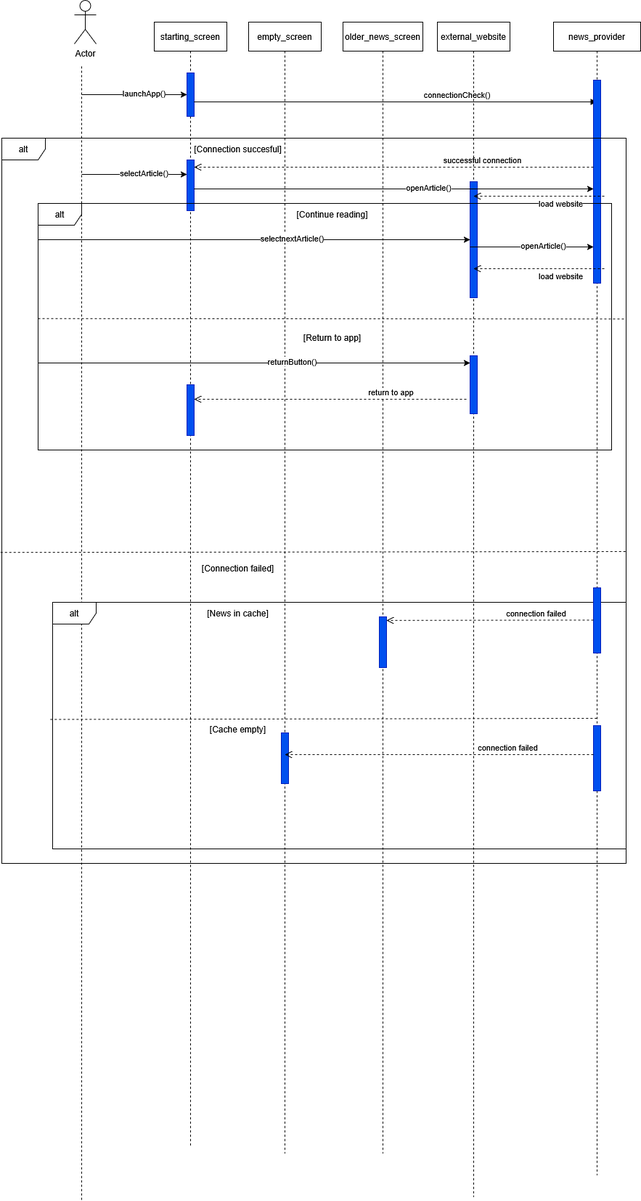
Above: sequence diagrams/sequence γιαννης/newsseqfinal.drawio.png in harrysghost123/software-enginering-projectt (draw.io), before the change. Source tidied: cells renumbered, new cells last; positions are measured from the earlier drawing's top-left corner, leaving out a move shared by most shapes.
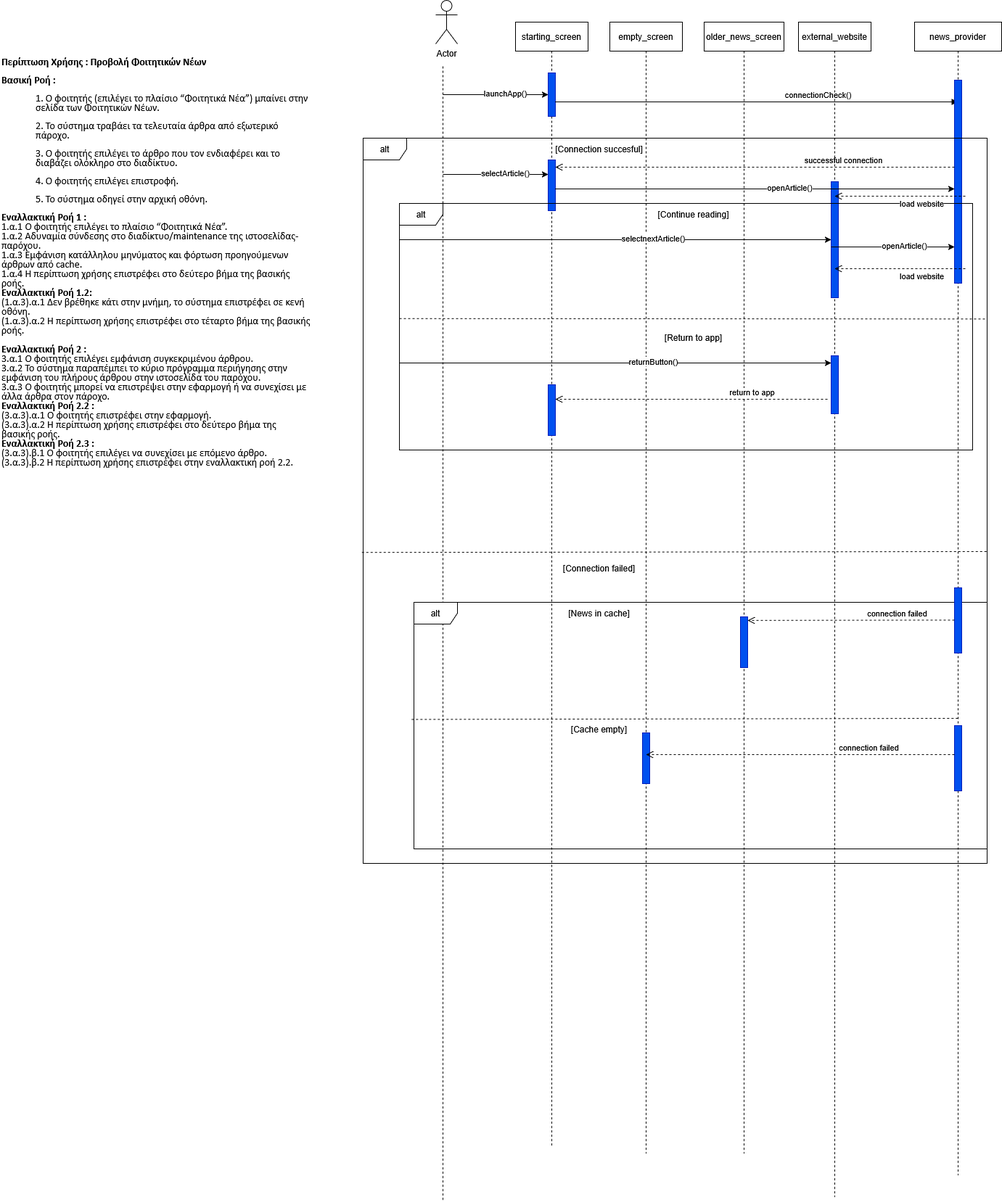
After the change.

What changed in the source:
```diff
@@ -209,5 +209,8 @@
     <mxCell id="49" value="[Cache empty]" style="text;html=1;align=center;verticalAlign=middle;strokeColor=none;fillColor=none;" parent="1" vertex="1">
       <mxGeometry x="277" y="990" width="100" height="30" as="geometry" />
     </mxCell>
+    <mxCell id="50" value="&lt;p align=&quot;left&quot; style=&quot;line-height: 100%; orphans: 2; widows: 2; margin-bottom: 0in&quot;&gt;&lt;font style=&quot;font-size: 14px;&quot;&gt;&lt;font face=&quot;Calibri, sans-serif&quot;&gt;&lt;span lang=&quot;el-GR&quot;&gt;&lt;b&gt;Περίπτωση Χρήσης : Προβολή Φοιτητικών Νέων&lt;/b&gt;&lt;/span&gt;&lt;/font&gt;&lt;/font&gt;&lt;/p&gt;&lt;p align=&quot;left&quot; style=&quot;line-height: 100%; orphans: 2; widows: 2; margin-bottom: 0in&quot;&gt;&lt;b&gt;&lt;font style=&quot;font-size: 14px;&quot;&gt;&lt;font face=&quot;Calibri, sans-serif&quot;&gt;&lt;span lang=&quot;el-GR&quot;&gt;&lt;/span&gt;&lt;/font&gt;&lt;font face=&quot;Calibri, sans-serif&quot;&gt;&lt;span lang=&quot;el-GR&quot;&gt;&lt;/span&gt;&lt;/font&gt;&lt;font face=&quot;Calibri, sans-serif&quot;&gt;&lt;span lang=&quot;el-GR&quot;&gt;Βασική Ροή :&lt;/span&gt;&lt;/font&gt;&lt;/font&gt;&lt;/b&gt;&lt;/p&gt;&lt;p align=&quot;left&quot; style=&quot;line-height: 100%; orphans: 2; widows: 2; margin-left: 0.49in; margin-bottom: 0in&quot;&gt;&lt;font style=&quot;font-size: 14px;&quot;&gt;&lt;font face=&quot;Calibri, sans-serif&quot;&gt;&lt;span lang=&quot;el-GR&quot;&gt;1. Ο &lt;/span&gt;&lt;/font&gt;&lt;font face=&quot;Calibri, sans-serif&quot;&gt;&lt;span lang=&quot;el-GR&quot;&gt;φοιτητής &lt;/span&gt;&lt;/font&gt;&lt;font face=&quot;Calibri, sans-serif&quot;&gt;&lt;span lang=&quot;el-GR&quot;&gt;(επιλέγει το πλαίσιο “Φοιτητικά Νέα”) μπαίνει στην σελίδα των &lt;/span&gt;&lt;/font&gt;&lt;font face=&quot;Calibri, sans-serif&quot;&gt;&lt;span lang=&quot;el-GR&quot;&gt;Φοιτητικών Νέων.&lt;/span&gt;&lt;/font&gt;&lt;/font&gt;&lt;/p&gt;&lt;p align=&quot;left&quot; style=&quot;line-height: 100%; orphans: 2; widows: 2; margin-left: 0.49in; margin-bottom: 0in&quot;&gt;&lt;font style=&quot;font-size: 14px;&quot;&gt;&lt;font face=&quot;Calibri, sans-serif&quot;&gt;&lt;span lang=&quot;el-GR&quot;&gt;2. Το σύστημα τραβάει τα τελευταία άρθρα από εξωτερικό πάροχο.&lt;/span&gt;&lt;/font&gt;&lt;/font&gt;&lt;/p&gt;&lt;p align=&quot;left&quot; style=&quot;line-height: 100%; orphans: 2; widows: 2; margin-left: 0.49in; margin-bottom: 0in&quot;&gt;&lt;font style=&quot;font-size: 14px;&quot;&gt;&lt;font face=&quot;Calibri, sans-serif&quot;&gt;&lt;span lang=&quot;el-GR&quot;&gt;3. Ο &lt;/span&gt;&lt;/font&gt;&lt;font face=&quot;Calibri, sans-serif&quot;&gt;&lt;span lang=&quot;el-GR&quot;&gt;φοιτητής &lt;/span&gt;&lt;/font&gt;&lt;font face=&quot;Calibri, sans-serif&quot;&gt;&lt;span lang=&quot;el-GR&quot;&gt;επιλέγει το άρθρο που τον ενδιαφέρει και το διαβάζει ολόκληρο στο διαδίκτυο.&lt;/span&gt;&lt;/font&gt;&lt;/font&gt;&lt;/p&gt;&lt;p align=&quot;left&quot; style=&quot;line-height: 100%; orphans: 2; widows: 2; margin-left: 0.49in; margin-bottom: 0in&quot;&gt;&lt;font style=&quot;font-size: 14px;&quot;&gt;&lt;font face=&quot;Calibri, sans-serif&quot;&gt;&lt;span lang=&quot;el-GR&quot;&gt;4. O &lt;/span&gt;&lt;/font&gt;&lt;font face=&quot;Calibri, sans-serif&quot;&gt;&lt;span lang=&quot;el-GR&quot;&gt;φοιτητής &lt;/span&gt;&lt;/font&gt;&lt;font face=&quot;Calibri, sans-serif&quot;&gt;&lt;span lang=&quot;el-GR&quot;&gt;επιλέγει επιστροφή.&lt;/span&gt;&lt;/font&gt;&lt;/font&gt;&lt;/p&gt;&lt;p align=&quot;left&quot; style=&quot;line-height: 100%; orphans: 2; widows: 2; margin-left: 0.49in; margin-bottom: 0in&quot;&gt;&lt;font style=&quot;font-size: 14px;&quot;&gt;&lt;font face=&quot;Calibri, sans-serif&quot;&gt;&lt;span lang=&quot;el-GR&quot;&gt;5. Το σύστημα οδηγεί στην αρχική οθόνη.&lt;/span&gt;&lt;/font&gt;&lt;/font&gt;&lt;/p&gt;&lt;p align=&quot;left&quot; style=&quot;line-height: 100%; orphans: 2; widows: 2; margin-bottom: 0in&quot;&gt;&lt;font style=&quot;font-size: 14px;&quot;&gt;&lt;b&gt;&lt;font face=&quot;Calibri, sans-serif&quot;&gt;&lt;span lang=&quot;el-GR&quot;&gt;Εναλλακτική Ροή 1 :&lt;/span&gt;&lt;/font&gt;&lt;/b&gt;&lt;font face=&quot;Calibri, sans-serif&quot;&gt;&lt;span lang=&quot;el-GR&quot;&gt;&lt;br&gt;1.α.&lt;/span&gt;&lt;/font&gt;&lt;font face=&quot;Calibri, sans-serif&quot;&gt;&lt;span lang=&quot;el-GR&quot;&gt;1 Ο &lt;/span&gt;&lt;/font&gt;&lt;font face=&quot;Calibri, sans-serif&quot;&gt;&lt;span lang=&quot;el-GR&quot;&gt;φοιτητής &lt;/span&gt;&lt;/font&gt;&lt;font face=&quot;Calibri, sans-serif&quot;&gt;&lt;span lang=&quot;el-GR&quot;&gt;επιλέγει το πλαίσιο “Φοιτητικά Νέα”.&lt;br&gt;1.α.2 Αδυναμία σύνδεσης στο διαδίκτυο/&lt;/span&gt;&lt;/font&gt;&lt;font face=&quot;Calibri, sans-serif&quot;&gt;&lt;span lang=&quot;en-US&quot;&gt;maintenance&lt;/span&gt;&lt;/font&gt;&lt;font face=&quot;Calibri, sans-serif&quot;&gt;&lt;span lang=&quot;el-GR&quot;&gt; της ιστοσελίδας-παρόχου.&lt;br&gt;1.α.3 Εμφάνιση κατάλληλου μηνύματος και φόρτωση προηγούμενων άρθρων από &lt;/span&gt;&lt;/font&gt;&lt;font face=&quot;Calibri, sans-serif&quot;&gt;&lt;span lang=&quot;en-US&quot;&gt;cache&lt;/span&gt;&lt;/font&gt;&lt;font face=&quot;Calibri, sans-serif&quot;&gt;&lt;span lang=&quot;el-GR&quot;&gt;.&lt;br&gt;&lt;/span&gt;&lt;/font&gt;&lt;font face=&quot;Calibri, sans-serif&quot;&gt;&lt;span lang=&quot;el-GR&quot;&gt;1.α.4 Η περίπτωση χρήσης επιστρέφει στο δεύτερο βήμα της βασικής ροής.&lt;/span&gt;&lt;/font&gt;&lt;font face=&quot;Calibri, sans-serif&quot;&gt;&lt;span lang=&quot;el-GR&quot;&gt;&lt;br&gt;&lt;/span&gt;&lt;/font&gt;&lt;b&gt;&lt;font face=&quot;Calibri, sans-serif&quot;&gt;&lt;span lang=&quot;el-GR&quot;&gt;Εναλλακτική Ροή 1.&lt;/span&gt;&lt;/font&gt;&lt;font face=&quot;Calibri, sans-serif&quot;&gt;&lt;span lang=&quot;el-GR&quot;&gt;2&lt;/span&gt;&lt;/font&gt;&lt;/b&gt;&lt;font face=&quot;Calibri, sans-serif&quot;&gt;&lt;span lang=&quot;el-GR&quot;&gt;&lt;b&gt;:&lt;/b&gt;&lt;br&gt;&lt;/span&gt;&lt;/font&gt;&lt;font face=&quot;Calibri, sans-serif&quot;&gt;&lt;span lang=&quot;el-GR&quot;&gt;(&lt;/span&gt;&lt;/font&gt;&lt;font face=&quot;Calibri, sans-serif&quot;&gt;&lt;span lang=&quot;el-GR&quot;&gt;1.α.&lt;/span&gt;&lt;/font&gt;&lt;font face=&quot;Calibri, sans-serif&quot;&gt;&lt;span lang=&quot;el-GR&quot;&gt;3).α.1&lt;/span&gt; &lt;span lang=&quot;el-GR&quot;&gt;Δεν βρέθηκε κάτι στην μνήμη, το σύστημα επιστρέφει σε κενή οθόνη.&lt;/span&gt;&lt;/font&gt;&lt;font face=&quot;Calibri, sans-serif&quot;&gt;&lt;span lang=&quot;el-GR&quot;&gt;&lt;br&gt;&lt;/span&gt;&lt;/font&gt;&lt;font face=&quot;Calibri, sans-serif&quot;&gt;&lt;span lang=&quot;el-GR&quot;&gt;(1.α.3).α.2 &lt;/span&gt;&lt;/font&gt;&lt;font face=&quot;Calibri, sans-serif&quot;&gt;&lt;span lang=&quot;el-GR&quot;&gt;&lt;/span&gt;&lt;/font&gt;&lt;font face=&quot;Calibri, sans-serif&quot;&gt;&lt;span lang=&quot;el-GR&quot;&gt;Η περίπτωση χρήσης επιστρέφει στο τέταρτο βήμα της βασικής ροής.&lt;/span&gt;&lt;/font&gt;&lt;font face=&quot;Calibri, sans-serif&quot;&gt;&lt;span lang=&quot;el-GR&quot;&gt;&lt;br&gt;&lt;br&gt;&lt;/span&gt;&lt;/font&gt;&lt;/font&gt;&lt;font style=&quot;font-size: 14px;&quot;&gt;&lt;font face=&quot;Calibri, sans-serif&quot;&gt;&lt;span lang=&quot;el-GR&quot;&gt;&lt;b&gt;Εναλλακτική Ροή 2 :&lt;/b&gt;&lt;br&gt;3.α.1 Ο &lt;/span&gt;&lt;/font&gt;&lt;font face=&quot;Calibri, sans-serif&quot;&gt;&lt;span lang=&quot;el-GR&quot;&gt;φοιτητής &lt;/span&gt;&lt;/font&gt;&lt;font face=&quot;Calibri, sans-serif&quot;&gt;&lt;span lang=&quot;el-GR&quot;&gt;επιλέγει εμφάνιση συγκεκριμένου άρθρου.&lt;br&gt;3.α.2 Το σύστημα παραπέμπει το κύριο πρόγραμμα περιήγησης στην εμφάνιση του πλήρους άρθρου στην ιστοσελίδα του παρόχου.&lt;br&gt;3.α.3 Ο &lt;/span&gt;&lt;/font&gt;&lt;font face=&quot;Calibri, sans-serif&quot;&gt;&lt;span lang=&quot;el-GR&quot;&gt;φοιτητής &lt;/span&gt;&lt;/font&gt;&lt;font face=&quot;Calibri, sans-serif&quot;&gt;&lt;span lang=&quot;el-GR&quot;&gt;μπορεί να επιστρέψει στην εφαρμογή ή να συνεχίσει με άλλα άρθρα στον πάροχο.&lt;br&gt;&lt;/span&gt;&lt;/font&gt;&lt;font face=&quot;Calibri, sans-serif&quot;&gt;&lt;span lang=&quot;el-GR&quot;&gt;&lt;b&gt;Εναλλακτική Ροή 2.2 :&lt;/b&gt;&lt;br&gt;(3.α.3).α.1 Ο &lt;/span&gt;&lt;/font&gt;&lt;font face=&quot;Calibri, sans-serif&quot;&gt;&lt;span lang=&quot;el-GR&quot;&gt;φοιτητής &lt;/span&gt;&lt;/font&gt;&lt;font face=&quot;Calibri, sans-serif&quot;&gt;&lt;span lang=&quot;el-GR&quot;&gt;επιστρέφει στην εφαρμογή.&lt;br&gt;(3.α.3).α.2 Η περίπτωση χρήσης επιστρέφει στο δεύτερο βήμα της βασικής ροής.&lt;br&gt;&lt;/span&gt;&lt;/font&gt;&lt;font face=&quot;Calibri, sans-serif&quot;&gt;&lt;span lang=&quot;el-GR&quot;&gt;&lt;b&gt;Εναλλακτική Ροή 2.3 :&lt;/b&gt;&lt;br&gt;(3.α.3).β.1 Ο &lt;/span&gt;&lt;/font&gt;&lt;font face=&quot;Calibri, sans-serif&quot;&gt;&lt;span lang=&quot;el-GR&quot;&gt;φοιτητής &lt;/span&gt;&lt;/font&gt;&lt;font face=&quot;Calibri, sans-serif&quot;&gt;&lt;span lang=&quot;el-GR&quot;&gt;επιλέγει να συνεχίσει με επόμενο άρθρο.&lt;br&gt;(3.α.3).β.2 Η περίπτωση χρήσης επιστρέφει στην εναλλακτική ροή 2.2.&lt;/span&gt;&lt;/font&gt;&lt;/font&gt;&lt;/p&gt;" style="text;whiteSpace=wrap;html=1;" parent="1" vertex="1">
+      <mxGeometry x="-498" y="60" width="430" height="610" as="geometry" />
+    </mxCell>
   </root>
 </mxGraphModel>
```
